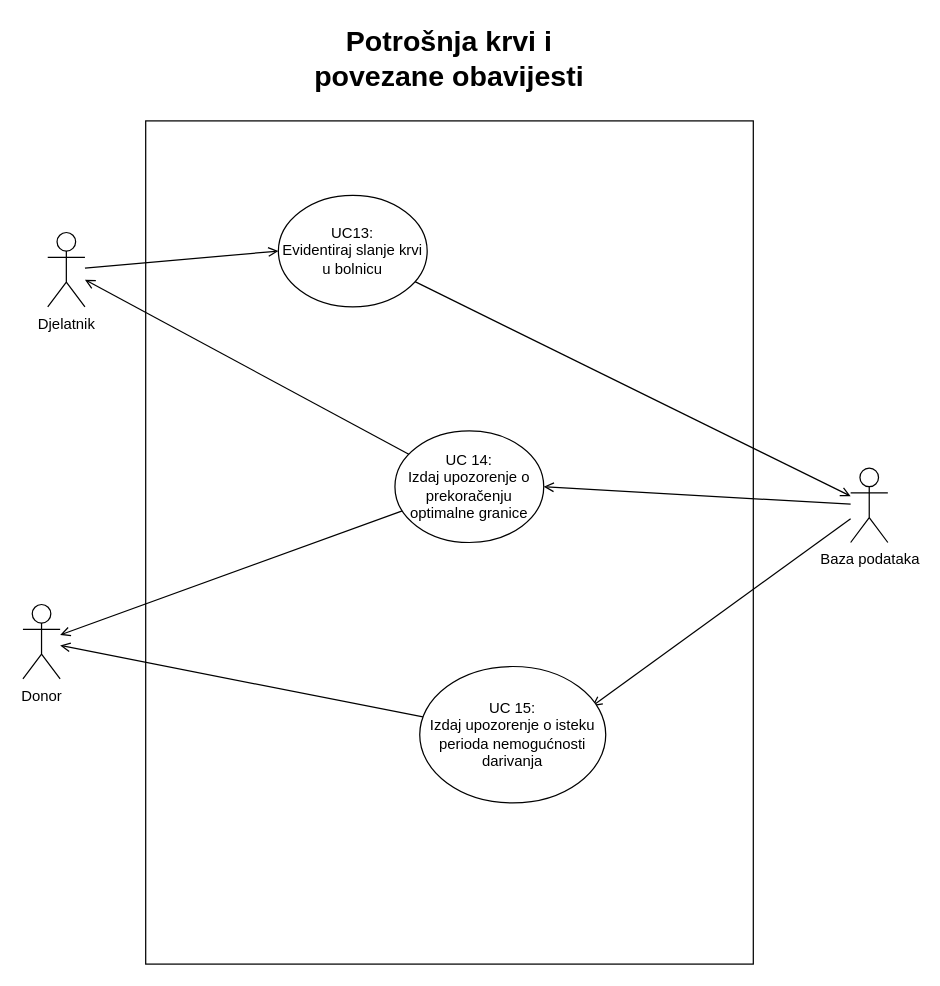
The draw.io diagram page "5 - potrošnja krvi i obavijesti" (5 of 6) of Dokumentacija/Use cases/Use Cases.drawio in ToniIvankovic/TrueBlood, before the edit. Source tidied: cells renumbered, new cells numbered last; positions are measured from the earlier drawing's top-left corner, leaving out a move shared by most shapes. Both pictures are drawn from the tidied source at 124%, with x=0, y=0 at pixel (22, 21).
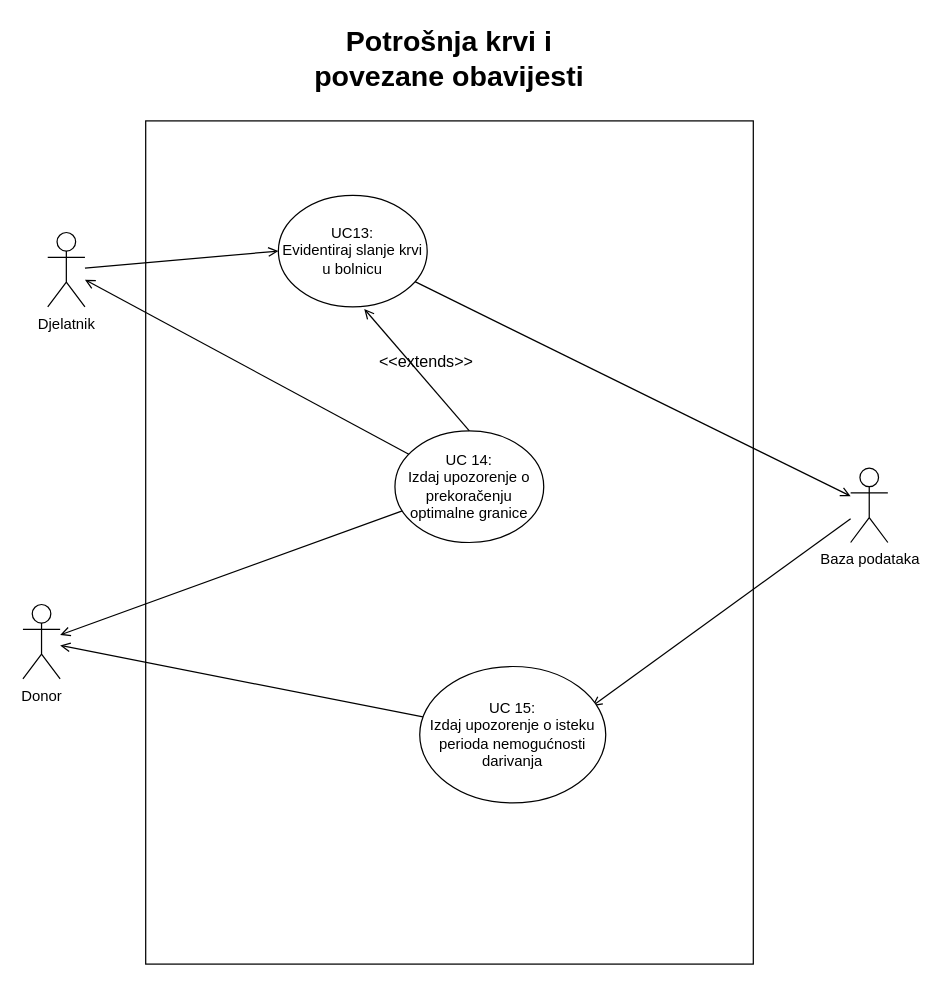
After the change.

What changed in the source:
```diff
@@
 <mxGraphModel>
   <root>
     <mxCell id="0" />
     <mxCell id="1" parent="0" />
     <mxCell id="2" style="rounded=0;whiteSpace=wrap;html=1;" parent="1" vertex="1">
       <mxGeometry x="99" y="80" width="490" height="680" as="geometry" />
     </mxCell>
-    <mxCell id="3" style="edgeStyle=none;rounded=0;jumpStyle=none;jettySize=auto;html=1;entryX=1;entryY=0.5;entryDx=0;entryDy=0;labelBackgroundColor=none;endArrow=open;endFill=0;fontSize=23;" parent="1" edge="1" source="5" target="14">
-      <mxGeometry relative="1" as="geometry" />
-    </mxCell>
     <mxCell id="4" style="edgeStyle=none;rounded=0;jumpStyle=none;jettySize=auto;html=1;entryX=0.927;entryY=0.291;entryDx=0;entryDy=0;entryPerimeter=0;labelBackgroundColor=none;endArrow=open;endFill=0;fontSize=23;" parent="1" edge="1" source="5" target="16">
       <mxGeometry relative="1" as="geometry" />
     </mxCell>
     <mxCell id="5" value="Baza podataka" style="shape=umlActor;verticalLabelPosition=bottom;verticalAlign=top;html=1;outlineConnect=0;" parent="1" vertex="1">
       <mxGeometry x="667.5" y="360" width="30" height="60" as="geometry" />
     </mxCell>
     <mxCell id="6" value="Donor" style="shape=umlActor;verticalLabelPosition=bottom;verticalAlign=top;html=1;outlineConnect=0;" parent="1" vertex="1">
       <mxGeometry y="470" width="30" height="60" as="geometry" />
     </mxCell>
     <mxCell id="7" value="Potrošnja krvi i povezane obavijesti" style="text;html=1;strokeColor=none;fillColor=none;align=center;verticalAlign=middle;whiteSpace=wrap;rounded=0;fontSize=23;fontStyle=1;" parent="1" vertex="1">
       <mxGeometry x="208" width="272" height="60" as="geometry" />
     </mxCell>
     <mxCell id="8" style="edgeStyle=none;rounded=0;jumpStyle=none;jettySize=auto;html=1;entryX=0;entryY=0.5;entryDx=0;entryDy=0;labelBackgroundColor=none;endArrow=open;endFill=0;fontSize=23;" parent="1" edge="1" source="9" target="11">
       <mxGeometry relative="1" as="geometry" />
     </mxCell>
     <mxCell id="9" value="Djelatnik" style="shape=umlActor;verticalLabelPosition=bottom;verticalAlign=top;html=1;outlineConnect=0;" parent="1" vertex="1">
       <mxGeometry x="20" y="170" width="30" height="60" as="geometry" />
     </mxCell>
     <mxCell id="10" style="edgeStyle=none;rounded=0;jumpStyle=none;jettySize=auto;html=1;labelBackgroundColor=none;endArrow=open;endFill=0;fontSize=23;" parent="1" edge="1" source="11" target="5">
       <mxGeometry relative="1" as="geometry" />
     </mxCell>
     <mxCell id="11" value="UC13:&lt;br&gt;Evidentiraj slanje krvi u bolnicu" style="ellipse;whiteSpace=wrap;html=1;" parent="1" vertex="1">
       <mxGeometry x="206" y="140" width="120" height="90" as="geometry" />
     </mxCell>
     <mxCell id="12" style="edgeStyle=none;rounded=0;jumpStyle=none;jettySize=auto;html=1;labelBackgroundColor=none;endArrow=open;endFill=0;fontSize=23;" parent="1" edge="1" source="14" target="9">
       <mxGeometry relative="1" as="geometry" />
     </mxCell>
     <mxCell id="13" style="edgeStyle=none;rounded=0;jumpStyle=none;jettySize=auto;html=1;labelBackgroundColor=none;endArrow=open;endFill=0;fontSize=23;" parent="1" edge="1" source="14" target="6">
       <mxGeometry relative="1" as="geometry" />
     </mxCell>
     <mxCell id="14" value="UC 14:&lt;br&gt;Izdaj upozorenje o prekoračenju optimalne granice" style="ellipse;whiteSpace=wrap;html=1;" parent="1" vertex="1">
       <mxGeometry x="300" y="330" width="120" height="90" as="geometry" />
     </mxCell>
     <mxCell id="15" style="edgeStyle=none;rounded=0;jumpStyle=none;jettySize=auto;html=1;labelBackgroundColor=none;endArrow=open;endFill=0;fontSize=23;" parent="1" edge="1" source="16" target="6">
       <mxGeometry relative="1" as="geometry" />
     </mxCell>
     <mxCell id="16" value="UC 15:&lt;br&gt;Izdaj upozorenje o isteku perioda nemogućnosti darivanja" style="ellipse;whiteSpace=wrap;html=1;" parent="1" vertex="1">
       <mxGeometry x="320" y="520" width="150" height="110" as="geometry" />
     </mxCell>
+    <mxCell id="17" value="&lt;font style=&quot;font-size: 13px&quot;&gt;&amp;lt;&amp;lt;extends&amp;gt;&amp;gt;&lt;/font&gt;" style="edgeStyle=none;rounded=0;jettySize=auto;html=1;entryX=0.577;entryY=1.018;entryDx=0;entryDy=0;endArrow=open;endFill=0;fontSize=23;jumpStyle=none;labelBackgroundColor=none;entryPerimeter=0;exitX=0.5;exitY=0;exitDx=0;exitDy=0;" parent="1" edge="1" source="14" target="11">
+      <mxGeometry x="0.03" y="-12" relative="1" as="geometry" />
+    </mxCell>
   </root>
 </mxGraphModel>
```
